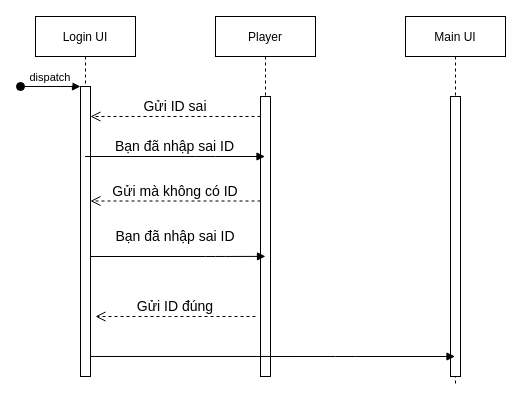
This is page "Login" (1 of 5) of Sequence Diagram.drawio from HanhND2/assignment-03-class-sequence-diagram-, a draw.io file, before an edit. Source tidied: cells renumbered, new cells numbered last; positions are measured from the earlier drawing's top-left corner, leaving out a move shared by most shapes. Both pictures are drawn from the tidied source at 100%, with x=0, y=0 at pixel (20, 16).
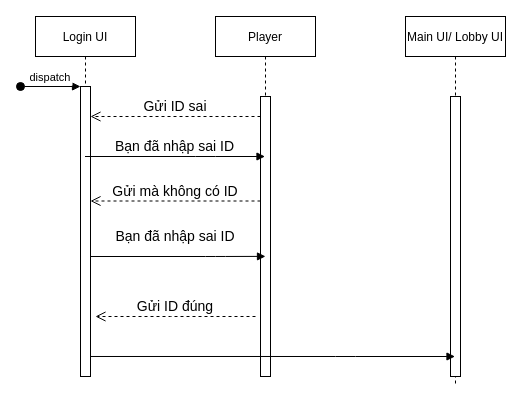
The same page after the edit.

What changed in the source:
```diff
@@
-    <mxCell id="8" value="Main UI" style="shape=umlLifeline;perimeter=lifelinePerimeter;rounded=0;shadow=0;strokeWidth=1;" parent="1" vertex="1">
+    <mxCell id="8" value="Main UI/ Lobby UI" style="shape=umlLifeline;perimeter=lifelinePerimeter;rounded=0;shadow=0;strokeWidth=1;" parent="1" vertex="1">
       <mxGeometry x="385" width="100" height="370" as="geometry" />
     </mxCell>
```
